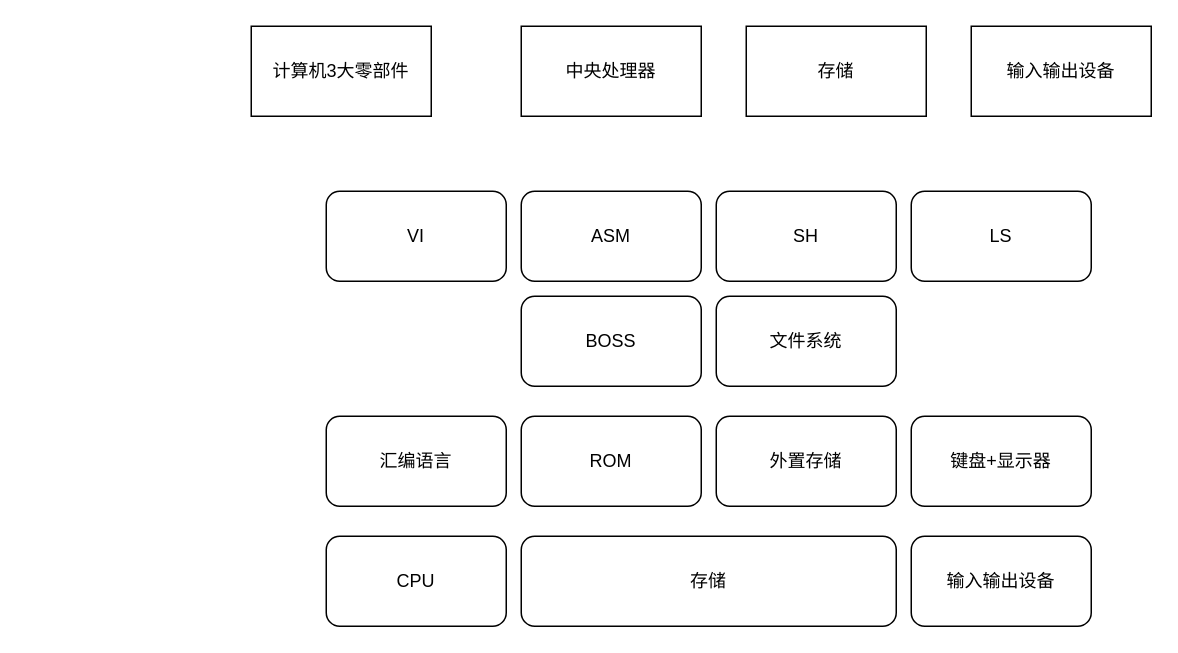
Earlier version of the draw.io diagram page "计算机架构" (4 of 6) of 架构师技能.drawio (caoj/drawio-online). Source tidied: cells renumbered, new cells numbered last; positions are measured from the earlier drawing's top-left corner, leaving out a move shared by most shapes. Both pictures are drawn from the tidied source at 150%, with x=0, y=0 at pixel (250, 26).
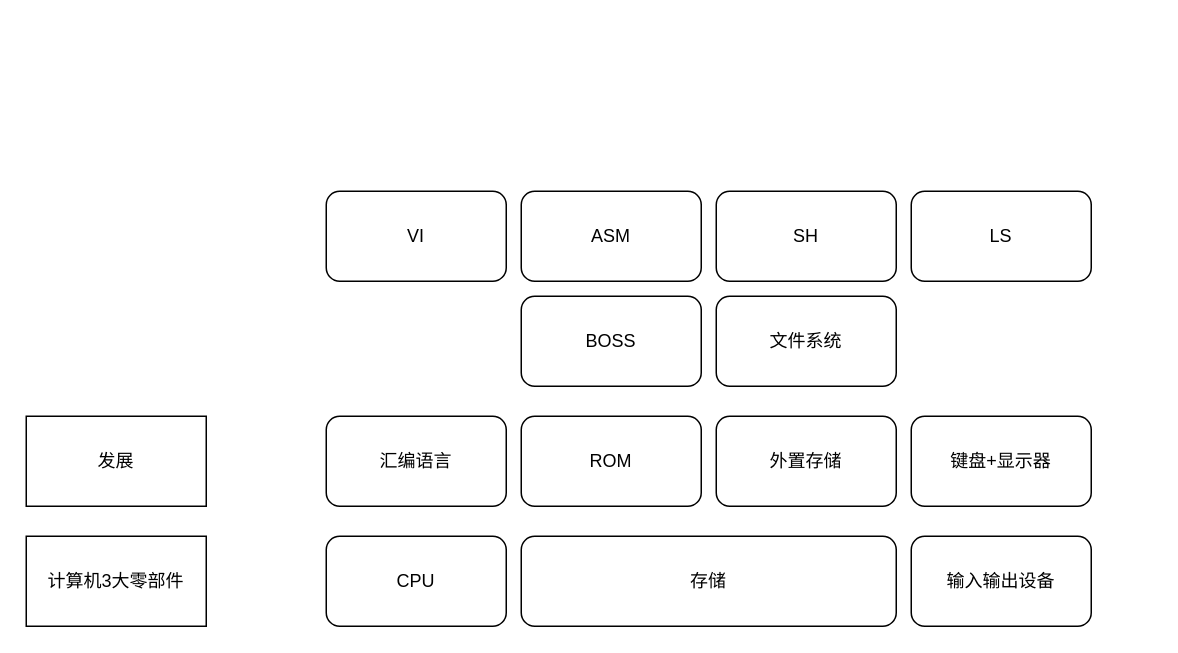
The same diagram, later.

Change to the diagram source:
```diff
@@
 <mxGraphModel>
   <root>
     <mxCell id="0" />
     <mxCell id="1" parent="0" />
-    <mxCell id="2" value="中央处理器" style="rounded=0;whiteSpace=wrap;html=1;" parent="1" vertex="1">
-      <mxGeometry x="180" width="120" height="60" as="geometry" />
-    </mxCell>
-    <mxCell id="3" value="存储" style="rounded=0;whiteSpace=wrap;html=1;" parent="1" vertex="1">
-      <mxGeometry x="330" width="120" height="60" as="geometry" />
-    </mxCell>
-    <mxCell id="4" value="输入输出设备" style="rounded=0;whiteSpace=wrap;html=1;" parent="1" vertex="1">
-      <mxGeometry x="480" width="120" height="60" as="geometry" />
-    </mxCell>
     <mxCell id="5" value="计算机3大零部件" style="rounded=0;whiteSpace=wrap;html=1;" parent="1" vertex="1">
-      <mxGeometry width="120" height="60" as="geometry" />
+      <mxGeometry x="-150" y="340" width="120" height="60" as="geometry" />
     </mxCell>
     <mxCell id="6" value="CPU" style="rounded=1;whiteSpace=wrap;html=1;" parent="1" vertex="1">
       <mxGeometry x="50" y="340" width="120" height="60" as="geometry" />
     </mxCell>
     <mxCell id="7" value="存储" style="rounded=1;whiteSpace=wrap;html=1;" parent="1" vertex="1">
       <mxGeometry x="180" y="340" width="250" height="60" as="geometry" />
     </mxCell>
     <mxCell id="8" value="输入输出设备" style="rounded=1;whiteSpace=wrap;html=1;" parent="1" vertex="1">
       <mxGeometry x="440" y="340" width="120" height="60" as="geometry" />
     </mxCell>
     <mxCell id="9" value="汇编语言" style="rounded=1;whiteSpace=wrap;html=1;" parent="1" vertex="1">
       <mxGeometry x="50" y="260" width="120" height="60" as="geometry" />
     </mxCell>
     <mxCell id="10" value="ROM" style="rounded=1;whiteSpace=wrap;html=1;" parent="1" vertex="1">
       <mxGeometry x="180" y="260" width="120" height="60" as="geometry" />
     </mxCell>
     <mxCell id="11" value="外置存储" style="rounded=1;whiteSpace=wrap;html=1;" parent="1" vertex="1">
       <mxGeometry x="310" y="260" width="120" height="60" as="geometry" />
     </mxCell>
     <mxCell id="12" value="键盘+显示器" style="rounded=1;whiteSpace=wrap;html=1;" parent="1" vertex="1">
       <mxGeometry x="440" y="260" width="120" height="60" as="geometry" />
     </mxCell>
     <mxCell id="13" value="BOSS" style="rounded=1;whiteSpace=wrap;html=1;" parent="1" vertex="1">
       <mxGeometry x="180" y="180" width="120" height="60" as="geometry" />
     </mxCell>
     <mxCell id="14" value="文件系统" style="rounded=1;whiteSpace=wrap;html=1;" parent="1" vertex="1">
       <mxGeometry x="310" y="180" width="120" height="60" as="geometry" />
     </mxCell>
     <mxCell id="15" value="VI" style="rounded=1;whiteSpace=wrap;html=1;" parent="1" vertex="1">
       <mxGeometry x="50" y="110" width="120" height="60" as="geometry" />
     </mxCell>
     <mxCell id="16" value="ASM" style="rounded=1;whiteSpace=wrap;html=1;" parent="1" vertex="1">
       <mxGeometry x="180" y="110" width="120" height="60" as="geometry" />
     </mxCell>
     <mxCell id="17" value="SH" style="rounded=1;whiteSpace=wrap;html=1;" parent="1" vertex="1">
       <mxGeometry x="310" y="110" width="120" height="60" as="geometry" />
     </mxCell>
     <mxCell id="18" value="LS" style="rounded=1;whiteSpace=wrap;html=1;" parent="1" vertex="1">
       <mxGeometry x="440" y="110" width="120" height="60" as="geometry" />
     </mxCell>
+    <mxCell id="19" value="发展" style="rounded=0;whiteSpace=wrap;html=1;" parent="1" vertex="1">
+      <mxGeometry x="-150" y="260" width="120" height="60" as="geometry" />
+    </mxCell>
   </root>
 </mxGraphModel>
```
